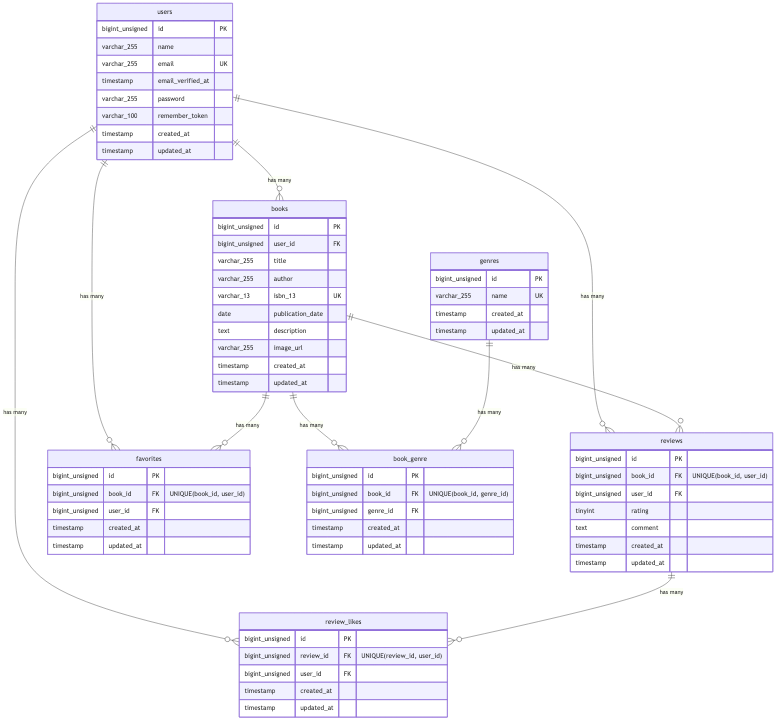
This is docs/er.png from Tatsuya-Yamasaki1024/bookshelf-app, a Mermaid export, as it was before one commit. Its source is kept beside it as docs/er.mmd. Its diagram source:
```mermaid
erDiagram
    users {
        bigint_unsigned id PK
        varchar_255 name
        varchar_255 email UK
        timestamp email_verified_at
        varchar_255 password
        varchar_100 remember_token
        timestamp created_at
        timestamp updated_at
    }

    books {
        bigint_unsigned id PK
        bigint_unsigned user_id FK
        varchar_255 title
        varchar_255 author
        varchar_13 isbn_13 UK
        date publication_date
        text description
        varchar_255 image_url
        timestamp created_at
        timestamp updated_at
    }

    genres {
        bigint_unsigned id PK
        varchar_255 name UK
        timestamp created_at
        timestamp updated_at
    }

    reviews {
        bigint_unsigned id PK
        bigint_unsigned book_id FK "UNIQUE(book_id, user_id)"
        bigint_unsigned user_id FK
        tinyint rating
        text comment
        timestamp created_at
        timestamp updated_at
    }

    favorites {
        bigint_unsigned id PK
        bigint_unsigned book_id FK "UNIQUE(book_id, user_id)"
        bigint_unsigned user_id FK
        timestamp created_at
        timestamp updated_at
    }

    review_likes {
        bigint_unsigned id PK
        bigint_unsigned review_id FK "UNIQUE(review_id, user_id)"
        bigint_unsigned user_id FK
        timestamp created_at
        timestamp updated_at
    }

    book_genre {
        bigint_unsigned id PK
        bigint_unsigned book_id FK "UNIQUE(book_id, genre_id)"
        bigint_unsigned genre_id FK
        timestamp created_at
        timestamp updated_at
    }

    users ||--o{ books : "has many"
    users ||--o{ reviews : "has many"
    books ||--o{ reviews : "has many"

    users ||--o{ favorites : "has many"
    books ||--o{ favorites : "has many"

    users ||--o{ review_likes : "has many"
    reviews ||--o{ review_likes : "has many"

    books ||--o{ book_genre : "has many"
    genres ||--o{ book_genre : "has many"
```
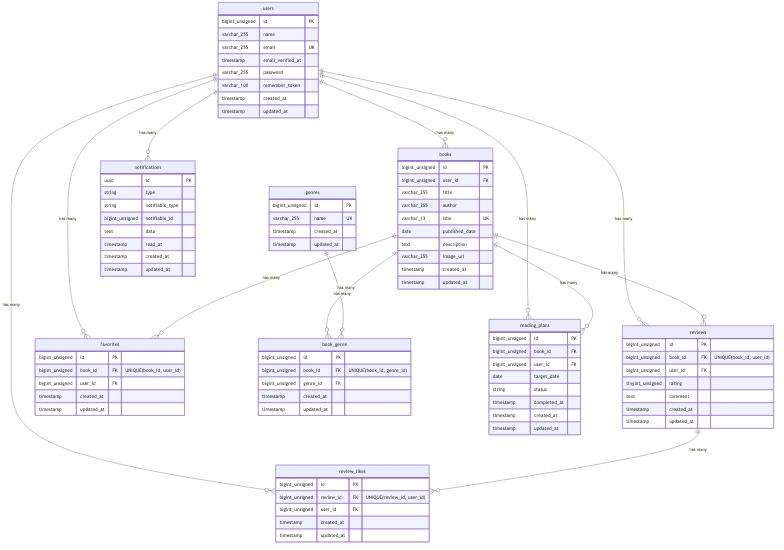
Later version of the same file.

Diff of the diagram source:
```diff
@@ -10,22 +10,22 @@
         timestamp updated_at
     }
 
+    genres {
+        bigint_unsigned id PK
+        varchar_255 name UK
+        timestamp created_at
+        timestamp updated_at
+    }
+
     books {
         bigint_unsigned id PK
         bigint_unsigned user_id FK
         varchar_255 title
         varchar_255 author
-        varchar_13 isbn_13 UK
-        date publication_date
+        varchar_13 isbn UK
+        date published_date
         text description
         varchar_255 image_url
-        timestamp created_at
-        timestamp updated_at
-    }
-
-    genres {
-        bigint_unsigned id PK
-        varchar_255 name UK
         timestamp created_at
         timestamp updated_at
     }
@@ -34,7 +34,7 @@
         bigint_unsigned id PK
         bigint_unsigned book_id FK "UNIQUE(book_id, user_id)"
         bigint_unsigned user_id FK
-        tinyint rating
+        tinyint_unsigned rating
         text comment
         timestamp created_at
         timestamp updated_at
@@ -64,14 +64,39 @@
         timestamp updated_at
     }
 
+    reading_plans {
+        bigint_unsigned id PK
+        bigint_unsigned book_id FK
+        bigint_unsigned user_id FK
+        date target_date
+        string status
+        timestamp completed_at
+        timestamp created_at
+        timestamp updated_at
+    }
+
+    notifications {
+        uuid id PK
+        string type
+        string notifiable_type
+        bigint_unsigned notifiable_id
+        text data
+        timestamp read_at
+        timestamp created_at
+        timestamp updated_at
+    }
+
     users ||--o{ books : "has many"
     users ||--o{ reviews : "has many"
+    users ||--o{ favorites : "has many"
+    users ||--o{ review_likes : "has many"
+    users ||--o{ reading_plans : "has many"
+    users ||--o{ notifications : "has many"
+
     books ||--o{ reviews : "has many"
+    books ||--o{ favorites : "has many"
+    books ||--o{ reading_plans : "has many"
 
-    users ||--o{ favorites : "has many"
-    books ||--o{ favorites : "has many"
-
-    users ||--o{ review_likes : "has many"
     reviews ||--o{ review_likes : "has many"
 
     books ||--o{ book_genre : "has many"
```
